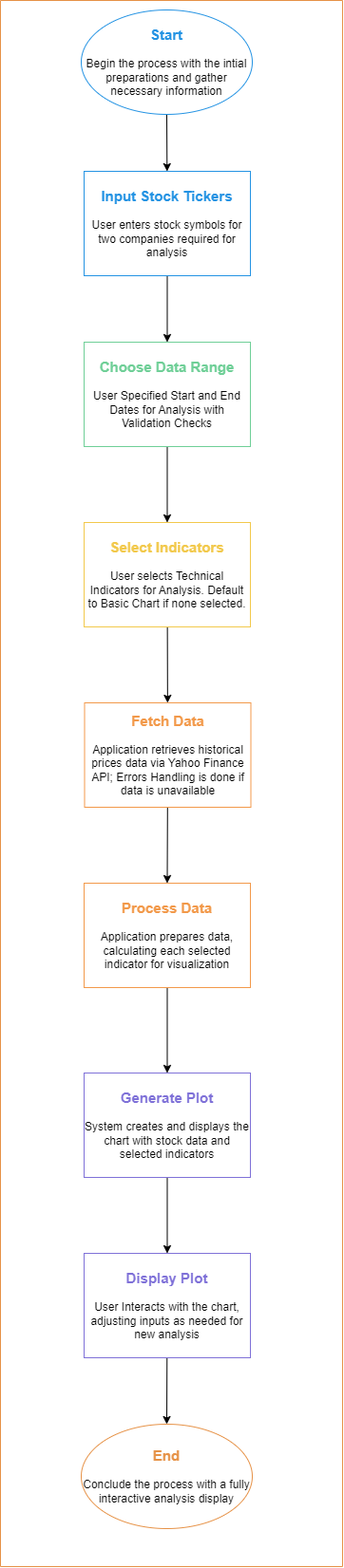
Earlier version of the draw.io export Image/flowchartdiagram.png (DhruvAthaide/StockFinancialDashboard). Source tidied: cells renumbered, new cells last; positions are measured from the earlier drawing's top-left corner, leaving out a move shared by most shapes.
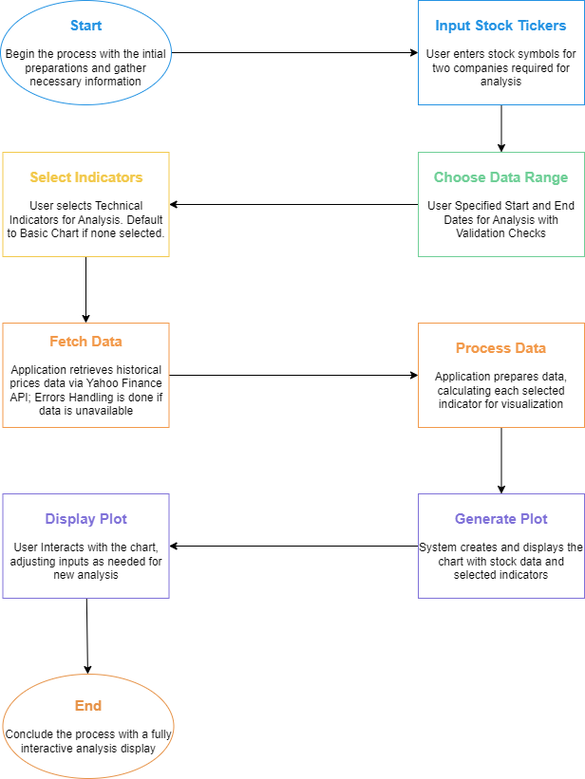
Above is the later version.

Commit message:
Updated Flow Chart Diagram

Change to the diagram source:
```diff
@@ -6,55 +6,52 @@
       <mxGeometry relative="1" as="geometry" />
     </mxCell>
     <mxCell id="3" value="&lt;b&gt;&lt;font color=&quot;#2493e3&quot; style=&quot;font-size: 15px;&quot;&gt;Start&lt;/font&gt;&lt;/b&gt;&lt;br&gt;&lt;br&gt;Begin the process with the intial preparations and gather necessary information" style="ellipse;whiteSpace=wrap;html=1;strokeColor=#2493e3;" parent="1" vertex="1">
-      <mxGeometry x="85" y="10" width="180" height="110" as="geometry" />
+      <mxGeometry x="-150" y="20" width="180" height="110" as="geometry" />
     </mxCell>
     <mxCell id="4" style="edgeStyle=none;html=1;entryX=0.5;entryY=0;entryDx=0;entryDy=0;fontSize=15;fontColor=#2493e3;" parent="1" edge="1" source="5" target="7">
       <mxGeometry relative="1" as="geometry" />
     </mxCell>
     <mxCell id="5" value="&lt;font style=&quot;font-size: 15px;&quot; color=&quot;#2493e3&quot;&gt;&lt;b&gt;Input Stock Tickers&lt;br&gt;&lt;/b&gt;&lt;/font&gt;&lt;br&gt;User enters stock symbols for two companies required for analysis" style="whiteSpace=wrap;html=1;strokeColor=#2493e3;" parent="1" vertex="1">
-      <mxGeometry x="88" y="180" width="175" height="110" as="geometry" />
+      <mxGeometry x="290" y="20" width="175" height="110" as="geometry" />
     </mxCell>
-    <mxCell id="6" style="edgeStyle=none;html=1;entryX=0.5;entryY=0;entryDx=0;entryDy=0;fontSize=15;fontColor=#6fcf97;" parent="1" edge="1" source="7" target="9">
+    <mxCell id="6" style="edgeStyle=none;html=1;fontSize=15;fontColor=#6fcf97;" parent="1" edge="1" source="7" target="9">
       <mxGeometry relative="1" as="geometry" />
     </mxCell>
     <mxCell id="7" value="&lt;font style=&quot;font-size: 15px;&quot;&gt;&lt;b style=&quot;&quot;&gt;&lt;font color=&quot;#6fcf97&quot;&gt;Choose Data Range&lt;/font&gt;&lt;br&gt;&lt;/b&gt;&lt;/font&gt;&lt;br&gt;User Specified Start and End Dates for Analysis with Validation Checks" style="whiteSpace=wrap;html=1;strokeColor=#6fcf97;" parent="1" vertex="1">
-      <mxGeometry x="88" y="360" width="175" height="110" as="geometry" />
+      <mxGeometry x="290" y="180" width="175" height="110" as="geometry" />
     </mxCell>
     <mxCell id="8" style="edgeStyle=none;html=1;fontSize=15;fontColor=#f2c94c;" parent="1" edge="1" source="9" target="11">
       <mxGeometry relative="1" as="geometry" />
     </mxCell>
     <mxCell id="9" value="&lt;font style=&quot;font-size: 15px;&quot;&gt;&lt;b style=&quot;&quot;&gt;&lt;font color=&quot;#f2c94c&quot;&gt;Select Indicators&lt;/font&gt;&lt;br&gt;&lt;/b&gt;&lt;/font&gt;&lt;br&gt;User selects Technical Indicators for Analysis. Default to Basic Chart if none selected." style="whiteSpace=wrap;html=1;strokeColor=#f2c94c;" parent="1" vertex="1">
-      <mxGeometry x="88" y="550" width="175" height="110" as="geometry" />
+      <mxGeometry x="-147.5" y="180" width="175" height="110" as="geometry" />
     </mxCell>
-    <mxCell id="10" style="edgeStyle=none;html=1;entryX=0.5;entryY=0;entryDx=0;entryDy=0;fontSize=15;fontColor=#f2c94c;" parent="1" edge="1" source="11" target="13">
+    <mxCell id="10" style="edgeStyle=none;html=1;entryX=0;entryY=0.5;entryDx=0;entryDy=0;fontSize=15;fontColor=#f2c94c;" parent="1" edge="1" source="11" target="13">
       <mxGeometry relative="1" as="geometry" />
     </mxCell>
     <mxCell id="11" value="&lt;font color=&quot;#f2994a&quot; style=&quot;font-size: 15px;&quot;&gt;&lt;b style=&quot;&quot;&gt;Fetch Data&lt;br&gt;&lt;/b&gt;&lt;/font&gt;&lt;br&gt;Application retrieves historical prices data via Yahoo Finance API; Errors Handling is done if data is unavailable" style="whiteSpace=wrap;html=1;strokeColor=#f2994a;" parent="1" vertex="1">
-      <mxGeometry x="88.5" y="740" width="175" height="110" as="geometry" />
+      <mxGeometry x="-147.5" y="360" width="175" height="110" as="geometry" />
     </mxCell>
     <mxCell id="12" style="edgeStyle=none;html=1;entryX=0.5;entryY=0;entryDx=0;entryDy=0;fontSize=15;fontColor=#f2994a;" parent="1" edge="1" source="13" target="15">
       <mxGeometry relative="1" as="geometry" />
     </mxCell>
     <mxCell id="13" value="&lt;font color=&quot;#f2994a&quot;&gt;&lt;span style=&quot;font-size: 15px;&quot;&gt;&lt;b&gt;Process Data&lt;br&gt;&lt;/b&gt;&lt;/span&gt;&lt;/font&gt;&lt;br&gt;Application prepares data, calculating each selected indicator for visualization" style="whiteSpace=wrap;html=1;strokeColor=#f2994a;" parent="1" vertex="1">
-      <mxGeometry x="88" y="930" width="175" height="110" as="geometry" />
+      <mxGeometry x="290" y="360" width="175" height="110" as="geometry" />
     </mxCell>
     <mxCell id="14" style="edgeStyle=none;html=1;fontSize=15;fontColor=#f2994a;" parent="1" edge="1" source="15" target="17">
       <mxGeometry relative="1" as="geometry" />
     </mxCell>
     <mxCell id="15" value="&lt;font color=&quot;#7f71d8&quot;&gt;&lt;span style=&quot;font-size: 15px;&quot;&gt;&lt;b&gt;Generate Plot&lt;br&gt;&lt;/b&gt;&lt;/span&gt;&lt;/font&gt;&lt;br&gt;System creates and displays the chart with stock data and selected indicators" style="whiteSpace=wrap;html=1;strokeColor=#7f71d8;" parent="1" vertex="1">
-      <mxGeometry x="88" y="1130" width="175" height="110" as="geometry" />
+      <mxGeometry x="290" y="540" width="175" height="110" as="geometry" />
     </mxCell>
     <mxCell id="16" style="edgeStyle=none;html=1;fontSize=15;fontColor=#e69247;" parent="1" edge="1" source="17" target="18">
       <mxGeometry relative="1" as="geometry" />
     </mxCell>
     <mxCell id="17" value="&lt;span style=&quot;font-size: 15px;&quot;&gt;&lt;b style=&quot;&quot;&gt;&lt;font color=&quot;#7f71d8&quot;&gt;Display Plot&lt;br&gt;&lt;/font&gt;&lt;/b&gt;&lt;/span&gt;&lt;br&gt;User Interacts with the chart, adjusting inputs as needed for new analysis" style="whiteSpace=wrap;html=1;strokeColor=#7f71d8;" parent="1" vertex="1">
-      <mxGeometry x="88" y="1320" width="175" height="110" as="geometry" />
+      <mxGeometry x="-147.5" y="540" width="175" height="110" as="geometry" />
     </mxCell>
     <mxCell id="18" value="&lt;b&gt;&lt;font color=&quot;#e69247&quot; style=&quot;font-size: 15px;&quot;&gt;End&lt;/font&gt;&lt;/b&gt;&lt;br&gt;&lt;br&gt;Conclude the process with a fully interactive analysis display" style="ellipse;whiteSpace=wrap;html=1;strokeColor=#e69247;" parent="1" vertex="1">
-      <mxGeometry x="85" y="1500" width="180" height="110" as="geometry" />
+      <mxGeometry x="-147.5" y="730" width="180" height="110" as="geometry" />
     </mxCell>
-    <mxCell id="19" style="swimlane;startSize=0;strokeColor=#e69247;fontSize=15;fontColor=#e69247;" parent="1" vertex="1">
-      <mxGeometry width="360" height="1650" as="geometry" />
-    </mxCell>
   </root>
 </mxGraphModel>
```
